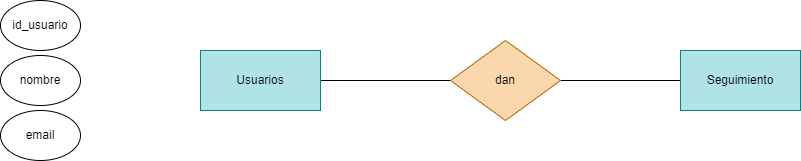
WhiteCascade/BAE keeps this draw.io diagram as Tareas/Unidad2/ejercicio2.7.drawio.png. Above is the earlier version. Source tidied: cells renumbered, new cells last; positions are measured from the earlier drawing's top-left corner, leaving out a move shared by most shapes. The source it was exported from:
```xml
<mxGraphModel>
  <root>
    <mxCell id="0" />
    <mxCell id="1" parent="0" />
    <mxCell id="2" style="edgeStyle=none;html=1;endArrow=none;endFill=0;" parent="1" edge="1" target="4">
      <mxGeometry relative="1" as="geometry">
        <mxPoint x="320" y="80" as="sourcePoint" />
      </mxGeometry>
    </mxCell>
    <mxCell id="3" style="edgeStyle=none;html=1;endArrow=none;endFill=0;" parent="1" edge="1" source="4">
      <mxGeometry relative="1" as="geometry">
        <mxPoint x="680" y="80" as="targetPoint" />
      </mxGeometry>
    </mxCell>
    <mxCell id="4" value="dan" style="rhombus;whiteSpace=wrap;html=1;fillColor=#fad7ac;strokeColor=#b46504;" parent="1" vertex="1">
      <mxGeometry x="450" y="40" width="110" height="80" as="geometry" />
    </mxCell>
    <mxCell id="5" value="Usuarios" style="rounded=0;whiteSpace=wrap;html=1;fillColor=#b0e3e6;strokeColor=#0e8088;" parent="1" vertex="1">
      <mxGeometry x="200" y="50" width="120" height="60" as="geometry" />
    </mxCell>
    <mxCell id="6" value="Seguimiento" style="rounded=0;whiteSpace=wrap;html=1;fillColor=#b0e3e6;strokeColor=#0e8088;" parent="1" vertex="1">
      <mxGeometry x="680" y="50" width="120" height="60" as="geometry" />
    </mxCell>
    <mxCell id="7" value="id_usuario" style="ellipse;whiteSpace=wrap;html=1;" parent="1" vertex="1">
      <mxGeometry width="80" height="50" as="geometry" />
    </mxCell>
    <mxCell id="8" value="nombre" style="ellipse;whiteSpace=wrap;html=1;" parent="1" vertex="1">
      <mxGeometry y="55" width="80" height="50" as="geometry" />
    </mxCell>
    <mxCell id="9" value="email" style="ellipse;whiteSpace=wrap;html=1;" parent="1" vertex="1">
      <mxGeometry y="110" width="80" height="50" as="geometry" />
    </mxCell>
  </root>
</mxGraphModel>
```
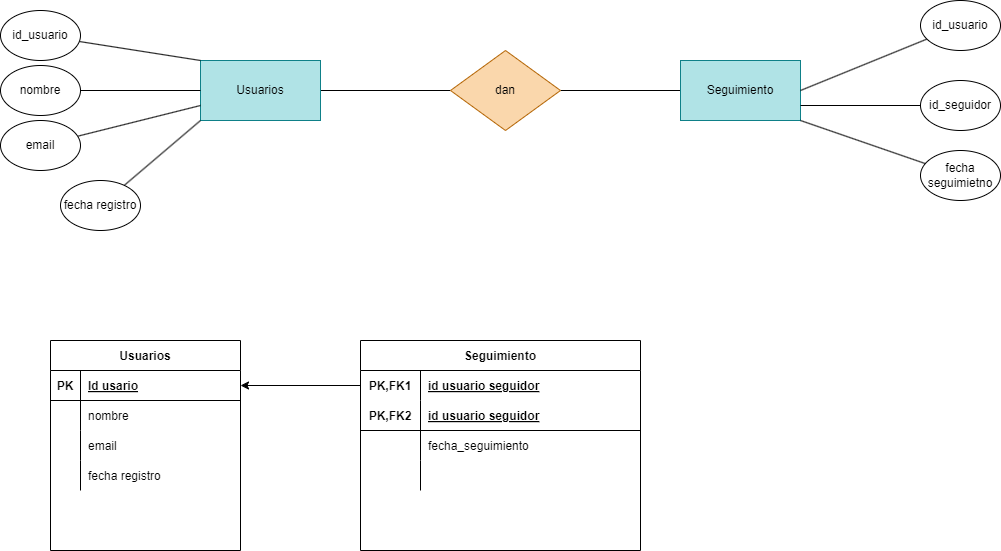
The same diagram one commit later.

What changed in the source:
```diff
@@ -21,14 +21,128 @@
     <mxCell id="6" value="Seguimiento" style="rounded=0;whiteSpace=wrap;html=1;fillColor=#b0e3e6;strokeColor=#0e8088;" parent="1" vertex="1">
       <mxGeometry x="680" y="50" width="120" height="60" as="geometry" />
     </mxCell>
+    <mxCell id="10" style="edgeStyle=none;html=1;entryX=0;entryY=0;entryDx=0;entryDy=0;endArrow=none;endFill=0;" parent="1" edge="1" source="7" target="5">
+      <mxGeometry relative="1" as="geometry" />
+    </mxCell>
     <mxCell id="7" value="id_usuario" style="ellipse;whiteSpace=wrap;html=1;" parent="1" vertex="1">
       <mxGeometry width="80" height="50" as="geometry" />
     </mxCell>
+    <mxCell id="11" style="edgeStyle=none;html=1;entryX=0;entryY=0.5;entryDx=0;entryDy=0;endArrow=none;endFill=0;" parent="1" edge="1" source="8" target="5">
+      <mxGeometry relative="1" as="geometry" />
+    </mxCell>
     <mxCell id="8" value="nombre" style="ellipse;whiteSpace=wrap;html=1;" parent="1" vertex="1">
       <mxGeometry y="55" width="80" height="50" as="geometry" />
     </mxCell>
+    <mxCell id="12" style="edgeStyle=none;html=1;entryX=0;entryY=0.75;entryDx=0;entryDy=0;endArrow=none;endFill=0;" parent="1" edge="1" source="9" target="5">
+      <mxGeometry relative="1" as="geometry" />
+    </mxCell>
     <mxCell id="9" value="email" style="ellipse;whiteSpace=wrap;html=1;" parent="1" vertex="1">
       <mxGeometry y="110" width="80" height="50" as="geometry" />
     </mxCell>
+    <mxCell id="13" style="edgeStyle=none;html=1;entryX=1;entryY=0.5;entryDx=0;entryDy=0;endArrow=none;endFill=0;" parent="1" edge="1" source="14" target="6">
+      <mxGeometry relative="1" as="geometry" />
+    </mxCell>
+    <mxCell id="14" value="id_usuario" style="ellipse;whiteSpace=wrap;html=1;" parent="1" vertex="1">
+      <mxGeometry x="920" y="-10" width="80" height="50" as="geometry" />
+    </mxCell>
+    <mxCell id="15" style="edgeStyle=none;html=1;entryX=1;entryY=0.75;entryDx=0;entryDy=0;endArrow=none;endFill=0;" parent="1" edge="1" source="16" target="6">
+      <mxGeometry relative="1" as="geometry" />
+    </mxCell>
+    <mxCell id="16" value="id_seguidor" style="ellipse;whiteSpace=wrap;html=1;" parent="1" vertex="1">
+      <mxGeometry x="920" y="70" width="80" height="50" as="geometry" />
+    </mxCell>
+    <mxCell id="17" style="edgeStyle=none;html=1;entryX=0;entryY=1;entryDx=0;entryDy=0;endArrow=none;endFill=0;" parent="1" edge="1" source="18" target="5">
+      <mxGeometry relative="1" as="geometry" />
+    </mxCell>
+    <mxCell id="18" value="fecha registro" style="ellipse;whiteSpace=wrap;html=1;" parent="1" vertex="1">
+      <mxGeometry x="60" y="170" width="80" height="50" as="geometry" />
+    </mxCell>
+    <mxCell id="19" style="edgeStyle=none;html=1;entryX=1;entryY=1;entryDx=0;entryDy=0;endArrow=none;endFill=0;" parent="1" edge="1" source="20" target="6">
+      <mxGeometry relative="1" as="geometry" />
+    </mxCell>
+    <mxCell id="20" value="fecha seguimietno" style="ellipse;whiteSpace=wrap;html=1;" parent="1" vertex="1">
+      <mxGeometry x="920" y="140" width="80" height="50" as="geometry" />
+    </mxCell>
+    <mxCell id="21" value="Usuarios" style="shape=table;startSize=30;rowLines=0;fontStyle=1;align=center;" parent="1" vertex="1">
+      <mxGeometry x="50" y="330" width="190" height="210" as="geometry" />
+    </mxCell>
+    <mxCell id="22" style="shape=tableRow;horizontal=0;startSize=0;swimlaneHead=0;swimlaneBody=0;fillColor=none;points=[[0,0.5],[1,0.5]];portConstraint=eastwest;top=0;left=0;right=0;bottom=1;" parent="21" vertex="1">
+      <mxGeometry y="30" width="190" height="30" as="geometry" />
+    </mxCell>
+    <mxCell id="23" value="PK" style="shape=partialRectangle;fillColor=none;top=0;left=0;bottom=0;right=0;fontStyle=1;overflow=hidden;" parent="22" vertex="1">
+      <mxGeometry width="30" height="30" as="geometry" />
+    </mxCell>
+    <mxCell id="24" value="Id usario" style="shape=partialRectangle;fillColor=none;top=0;left=0;bottom=0;right=0;align=left;spacingLeft=6;fontStyle=5;overflow=hidden;" parent="22" vertex="1">
+      <mxGeometry x="30" width="160" height="30" as="geometry" />
+    </mxCell>
+    <mxCell id="25" style="shape=tableRow;horizontal=0;startSize=0;swimlaneHead=0;swimlaneBody=0;fillColor=none;top=0;left=0;right=0;bottom=0;" parent="21" vertex="1">
+      <mxGeometry y="60" width="190" height="30" as="geometry" />
+    </mxCell>
+    <mxCell id="26" style="shape=partialRectangle;fillColor=none;top=0;left=0;bottom=0;right=0;overflow=hidden;" parent="25" vertex="1">
+      <mxGeometry width="30" height="30" as="geometry" />
+    </mxCell>
+    <mxCell id="27" value="nombre" style="shape=partialRectangle;fillColor=none;top=0;left=0;bottom=0;right=0;align=left;spacingLeft=6;overflow=hidden;" parent="25" vertex="1">
+      <mxGeometry x="30" width="160" height="30" as="geometry" />
+    </mxCell>
+    <mxCell id="28" style="shape=tableRow;horizontal=0;startSize=0;swimlaneHead=0;swimlaneBody=0;fillColor=none;top=0;left=0;right=0;bottom=0;" parent="21" vertex="1">
+      <mxGeometry y="90" width="190" height="30" as="geometry" />
+    </mxCell>
+    <mxCell id="29" style="shape=partialRectangle;fillColor=none;top=0;left=0;bottom=0;right=0;overflow=hidden;" parent="28" vertex="1">
+      <mxGeometry width="30" height="30" as="geometry" />
+    </mxCell>
+    <mxCell id="30" value="email" style="shape=partialRectangle;fillColor=none;top=0;left=0;bottom=0;right=0;align=left;spacingLeft=6;overflow=hidden;" parent="28" vertex="1">
+      <mxGeometry x="30" width="160" height="30" as="geometry" />
+    </mxCell>
+    <mxCell id="31" style="shape=tableRow;horizontal=0;startSize=0;swimlaneHead=0;swimlaneBody=0;fillColor=none;top=0;left=0;right=0;bottom=0;" parent="21" vertex="1">
+      <mxGeometry y="120" width="190" height="30" as="geometry" />
+    </mxCell>
+    <mxCell id="32" style="shape=partialRectangle;fillColor=none;top=0;left=0;bottom=0;right=0;overflow=hidden;" parent="31" vertex="1">
+      <mxGeometry width="30" height="30" as="geometry" />
+    </mxCell>
+    <mxCell id="33" value="fecha registro" style="shape=partialRectangle;fillColor=none;top=0;left=0;bottom=0;right=0;align=left;spacingLeft=6;overflow=hidden;" parent="31" vertex="1">
+      <mxGeometry x="30" width="160" height="30" as="geometry" />
+    </mxCell>
+    <mxCell id="34" value="Seguimiento" style="shape=table;startSize=30;rowLines=0;fontStyle=1;align=center;" parent="1" vertex="1">
+      <mxGeometry x="360" y="330" width="280" height="210" as="geometry" />
+    </mxCell>
+    <mxCell id="35" style="shape=tableRow;horizontal=0;startSize=0;swimlaneHead=0;swimlaneBody=0;fillColor=none;points=[[0,0.5],[1,0.5]];portConstraint=eastwest;top=0;left=0;right=0;bottom=0;" parent="34" vertex="1">
+      <mxGeometry y="30" width="280" height="30" as="geometry" />
+    </mxCell>
+    <mxCell id="36" value="PK,FK1" style="shape=partialRectangle;fillColor=none;top=0;left=0;bottom=0;right=0;fontStyle=1;overflow=hidden;" parent="35" vertex="1">
+      <mxGeometry width="60" height="30" as="geometry" />
+    </mxCell>
+    <mxCell id="37" value="id usuario seguidor" style="shape=partialRectangle;fillColor=none;top=0;left=0;bottom=0;right=0;align=left;spacingLeft=6;fontStyle=5;overflow=hidden;" parent="35" vertex="1">
+      <mxGeometry x="60" width="220" height="30" as="geometry" />
+    </mxCell>
+    <mxCell id="38" style="shape=tableRow;horizontal=0;startSize=0;swimlaneHead=0;swimlaneBody=0;fillColor=none;top=0;left=0;right=0;bottom=1;" parent="34" vertex="1">
+      <mxGeometry y="60" width="280" height="30" as="geometry" />
+    </mxCell>
+    <mxCell id="39" value="PK,FK2" style="shape=partialRectangle;fillColor=none;top=0;left=0;bottom=0;right=0;fontStyle=1;overflow=hidden;" parent="38" vertex="1">
+      <mxGeometry width="60" height="30" as="geometry" />
+    </mxCell>
+    <mxCell id="40" value="id usuario seguidor" style="shape=partialRectangle;fillColor=none;top=0;left=0;bottom=0;right=0;align=left;spacingLeft=6;fontStyle=5;overflow=hidden;" parent="38" vertex="1">
+      <mxGeometry x="60" width="220" height="30" as="geometry" />
+    </mxCell>
+    <mxCell id="41" style="shape=tableRow;horizontal=0;startSize=0;swimlaneHead=0;swimlaneBody=0;fillColor=none;top=0;left=0;right=0;bottom=0;" parent="34" vertex="1">
+      <mxGeometry y="90" width="280" height="30" as="geometry" />
+    </mxCell>
+    <mxCell id="42" style="shape=partialRectangle;fillColor=none;top=0;left=0;bottom=0;right=0;overflow=hidden;" parent="41" vertex="1">
+      <mxGeometry width="60" height="30" as="geometry" />
+    </mxCell>
+    <mxCell id="43" value="fecha_seguimiento" style="shape=partialRectangle;fillColor=none;top=0;left=0;bottom=0;right=0;align=left;spacingLeft=6;overflow=hidden;" parent="41" vertex="1">
+      <mxGeometry x="60" width="220" height="30" as="geometry" />
+    </mxCell>
+    <mxCell id="44" style="shape=tableRow;horizontal=0;startSize=0;swimlaneHead=0;swimlaneBody=0;fillColor=none;top=0;left=0;right=0;bottom=0;" parent="34" vertex="1">
+      <mxGeometry y="120" width="280" height="30" as="geometry" />
+    </mxCell>
+    <mxCell id="45" style="shape=partialRectangle;fillColor=none;top=0;left=0;bottom=0;right=0;overflow=hidden;" parent="44" vertex="1">
+      <mxGeometry width="60" height="30" as="geometry" />
+    </mxCell>
+    <mxCell id="46" style="shape=partialRectangle;fillColor=none;top=0;left=0;bottom=0;right=0;align=left;spacingLeft=6;overflow=hidden;" parent="44" vertex="1">
+      <mxGeometry x="60" width="220" height="30" as="geometry" />
+    </mxCell>
+    <mxCell id="47" style="endArrow=classic;html=1;entryX=1;entryY=0.5;entryDx=0;entryDy=0;exitX=0;exitY=0.5;exitDx=0;exitDy=0;" parent="1" edge="1" source="35" target="22">
+      <mxGeometry relative="1" as="geometry" />
+    </mxCell>
   </root>
 </mxGraphModel>
```
